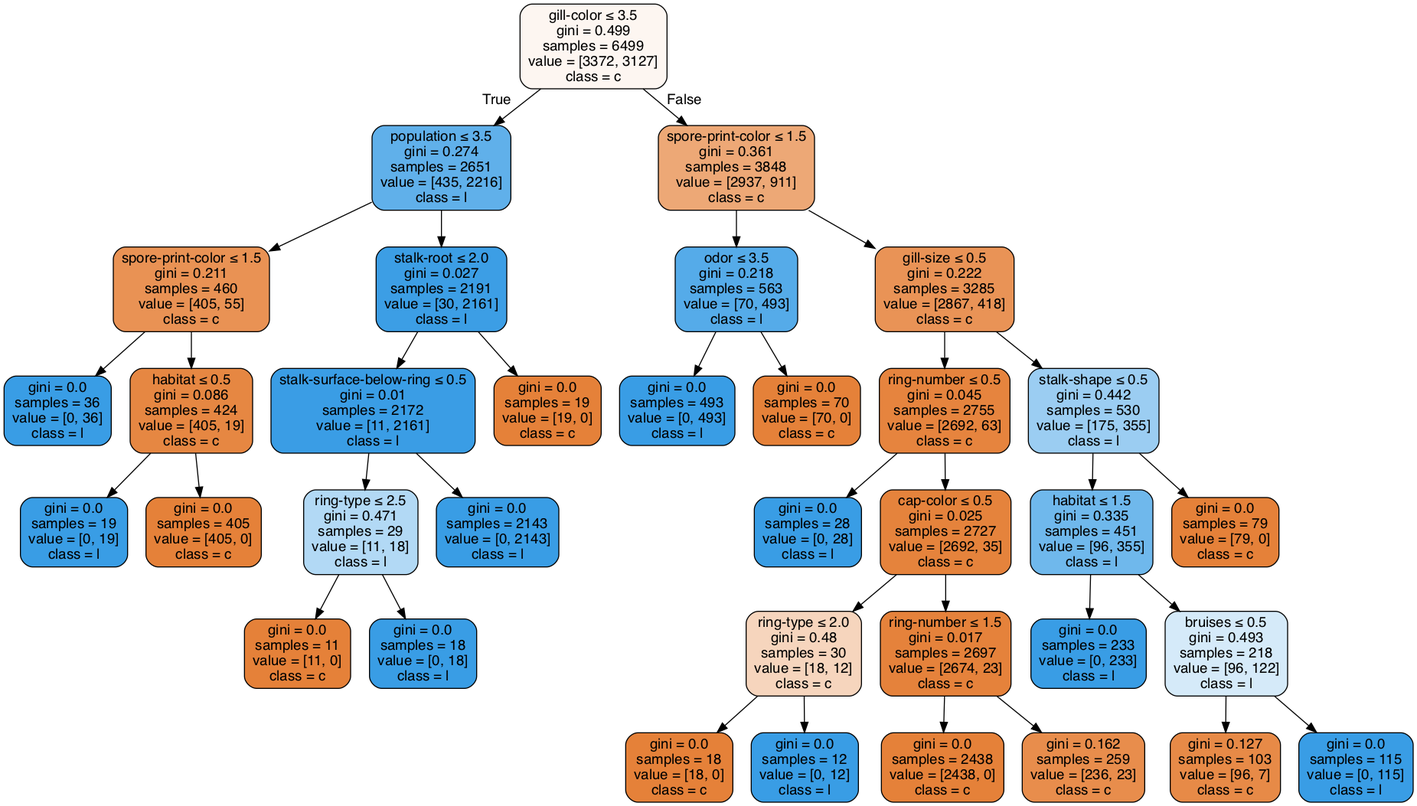
This is Lab02/clf-max-depth-6.gv.png from anhle199/Intro2AI-HCMUS, a Graphviz export, as it was before one commit. Its source is kept beside it as Lab02/clf-max-depth-6.gv.
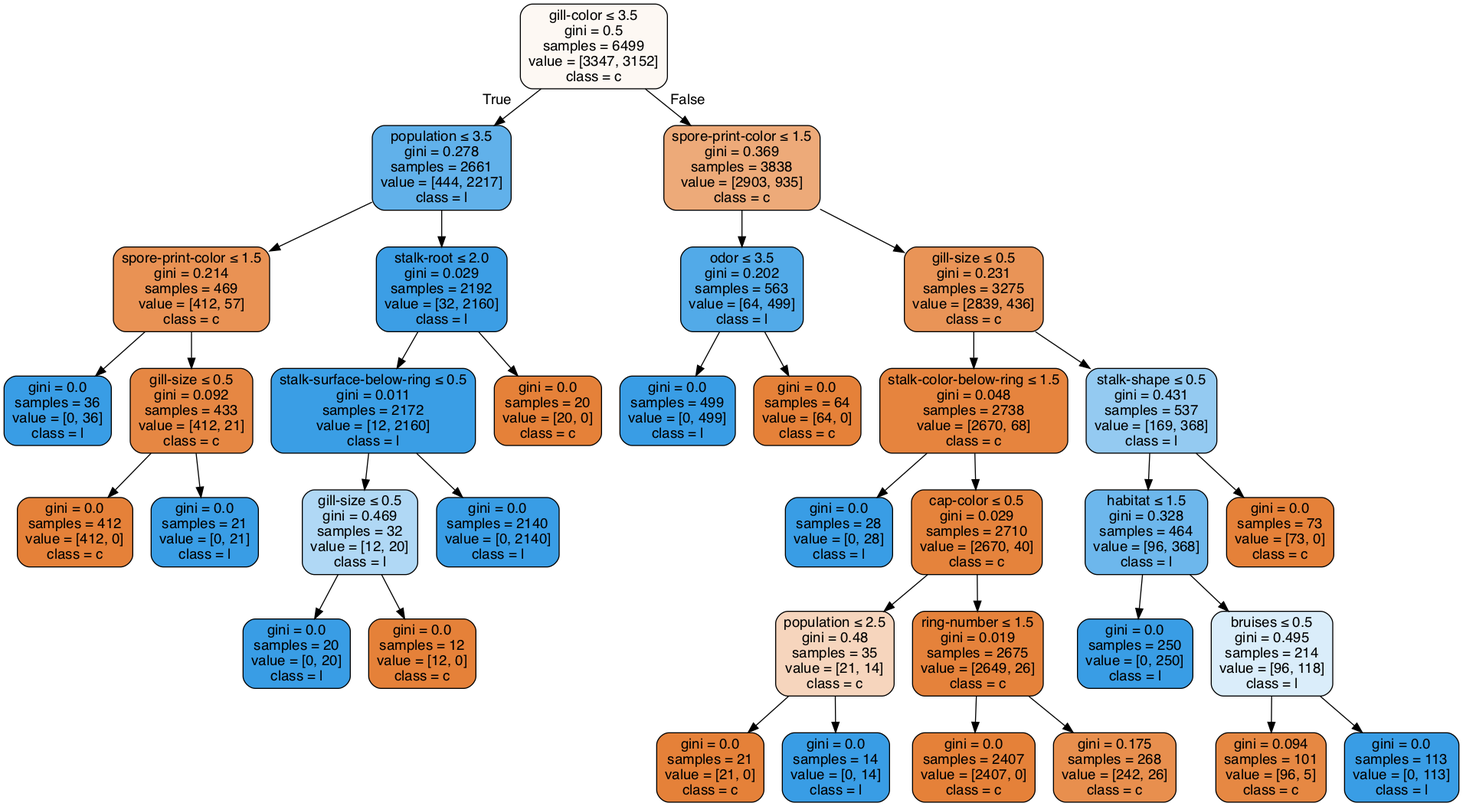
After the commit.

What changed in the source:
```diff
@@ -1,73 +1,73 @@
 digraph Tree {
 node [shape=box, style="filled, rounded", color="black", fontname=helvetica] ;
 edge [fontname=helvetica] ;
-0 [label=<gill-color &le; 3.5<br/>gini = 0.499<br/>samples = 6499<br/>value = [3372, 3127]<br/>class = c>, fillcolor="#fdf6f1"] ;
-1 [label=<population &le; 3.5<br/>gini = 0.274<br/>samples = 2651<br/>value = [435, 2216]<br/>class = l>, fillcolor="#60b0ea"] ;
+0 [label=<gill-color &le; 3.5<br/>gini = 0.5<br/>samples = 6499<br/>value = [3347, 3152]<br/>class = c>, fillcolor="#fdf8f3"] ;
+1 [label=<population &le; 3.5<br/>gini = 0.278<br/>samples = 2661<br/>value = [444, 2217]<br/>class = l>, fillcolor="#61b1ea"] ;
 0 -> 1 [labeldistance=2.5, labelangle=45, headlabel="True"] ;
-2 [label=<spore-print-color &le; 1.5<br/>gini = 0.211<br/>samples = 460<br/>value = [405, 55]<br/>class = c>, fillcolor="#e99254"] ;
+2 [label=<spore-print-color &le; 1.5<br/>gini = 0.214<br/>samples = 469<br/>value = [412, 57]<br/>class = c>, fillcolor="#e99254"] ;
 1 -> 2 ;
 3 [label=<gini = 0.0<br/>samples = 36<br/>value = [0, 36]<br/>class = l>, fillcolor="#399de5"] ;
 2 -> 3 ;
-4 [label=<habitat &le; 0.5<br/>gini = 0.086<br/>samples = 424<br/>value = [405, 19]<br/>class = c>, fillcolor="#e68742"] ;
+4 [label=<gill-size &le; 0.5<br/>gini = 0.092<br/>samples = 433<br/>value = [412, 21]<br/>class = c>, fillcolor="#e68743"] ;
 2 -> 4 ;
-5 [label=<gini = 0.0<br/>samples = 19<br/>value = [0, 19]<br/>class = l>, fillcolor="#399de5"] ;
+5 [label=<gini = 0.0<br/>samples = 412<br/>value = [412, 0]<br/>class = c>, fillcolor="#e58139"] ;
 4 -> 5 ;
-6 [label=<gini = 0.0<br/>samples = 405<br/>value = [405, 0]<br/>class = c>, fillcolor="#e58139"] ;
+6 [label=<gini = 0.0<br/>samples = 21<br/>value = [0, 21]<br/>class = l>, fillcolor="#399de5"] ;
 4 -> 6 ;
-7 [label=<stalk-root &le; 2.0<br/>gini = 0.027<br/>samples = 2191<br/>value = [30, 2161]<br/>class = l>, fillcolor="#3c9ee5"] ;
+7 [label=<stalk-root &le; 2.0<br/>gini = 0.029<br/>samples = 2192<br/>value = [32, 2160]<br/>class = l>, fillcolor="#3c9ee5"] ;
 1 -> 7 ;
-8 [label=<stalk-surface-below-ring &le; 0.5<br/>gini = 0.01<br/>samples = 2172<br/>value = [11, 2161]<br/>class = l>, fillcolor="#3a9de5"] ;
+8 [label=<stalk-surface-below-ring &le; 0.5<br/>gini = 0.011<br/>samples = 2172<br/>value = [12, 2160]<br/>class = l>, fillcolor="#3a9ee5"] ;
 7 -> 8 ;
-9 [label=<ring-type &le; 2.5<br/>gini = 0.471<br/>samples = 29<br/>value = [11, 18]<br/>class = l>, fillcolor="#b2d9f5"] ;
+9 [label=<gill-size &le; 0.5<br/>gini = 0.469<br/>samples = 32<br/>value = [12, 20]<br/>class = l>, fillcolor="#b0d8f5"] ;
 8 -> 9 ;
-10 [label=<gini = 0.0<br/>samples = 11<br/>value = [11, 0]<br/>class = c>, fillcolor="#e58139"] ;
+10 [label=<gini = 0.0<br/>samples = 20<br/>value = [0, 20]<br/>class = l>, fillcolor="#399de5"] ;
 9 -> 10 ;
-11 [label=<gini = 0.0<br/>samples = 18<br/>value = [0, 18]<br/>class = l>, fillcolor="#399de5"] ;
+11 [label=<gini = 0.0<br/>samples = 12<br/>value = [12, 0]<br/>class = c>, fillcolor="#e58139"] ;
 9 -> 11 ;
-12 [label=<gini = 0.0<br/>samples = 2143<br/>value = [0, 2143]<br/>class = l>, fillcolor="#399de5"] ;
+12 [label=<gini = 0.0<br/>samples = 2140<br/>value = [0, 2140]<br/>class = l>, fillcolor="#399de5"] ;
 8 -> 12 ;
-13 [label=<gini = 0.0<br/>samples = 19<br/>value = [19, 0]<br/>class = c>, fillcolor="#e58139"] ;
+13 [label=<gini = 0.0<br/>samples = 20<br/>value = [20, 0]<br/>class = c>, fillcolor="#e58139"] ;
 7 -> 13 ;
-14 [label=<spore-print-color &le; 1.5<br/>gini = 0.361<br/>samples = 3848<br/>value = [2937, 911]<br/>class = c>, fillcolor="#eda876"] ;
+14 [label=<spore-print-color &le; 1.5<br/>gini = 0.369<br/>samples = 3838<br/>value = [2903, 935]<br/>class = c>, fillcolor="#edaa79"] ;
 0 -> 14 [labeldistance=2.5, labelangle=-45, headlabel="False"] ;
-15 [label=<odor &le; 3.5<br/>gini = 0.218<br/>samples = 563<br/>value = [70, 493]<br/>class = l>, fillcolor="#55abe9"] ;
+15 [label=<odor &le; 3.5<br/>gini = 0.202<br/>samples = 563<br/>value = [64, 499]<br/>class = l>, fillcolor="#52aae8"] ;
 14 -> 15 ;
-16 [label=<gini = 0.0<br/>samples = 493<br/>value = [0, 493]<br/>class = l>, fillcolor="#399de5"] ;
+16 [label=<gini = 0.0<br/>samples = 499<br/>value = [0, 499]<br/>class = l>, fillcolor="#399de5"] ;
 15 -> 16 ;
-17 [label=<gini = 0.0<br/>samples = 70<br/>value = [70, 0]<br/>class = c>, fillcolor="#e58139"] ;
+17 [label=<gini = 0.0<br/>samples = 64<br/>value = [64, 0]<br/>class = c>, fillcolor="#e58139"] ;
 15 -> 17 ;
-18 [label=<gill-size &le; 0.5<br/>gini = 0.222<br/>samples = 3285<br/>value = [2867, 418]<br/>class = c>, fillcolor="#e99356"] ;
+18 [label=<gill-size &le; 0.5<br/>gini = 0.231<br/>samples = 3275<br/>value = [2839, 436]<br/>class = c>, fillcolor="#e99457"] ;
 14 -> 18 ;
-19 [label=<ring-number &le; 0.5<br/>gini = 0.045<br/>samples = 2755<br/>value = [2692, 63]<br/>class = c>, fillcolor="#e6843e"] ;
+19 [label=<stalk-color-below-ring &le; 1.5<br/>gini = 0.048<br/>samples = 2738<br/>value = [2670, 68]<br/>class = c>, fillcolor="#e6843e"] ;
 18 -> 19 ;
 20 [label=<gini = 0.0<br/>samples = 28<br/>value = [0, 28]<br/>class = l>, fillcolor="#399de5"] ;
 19 -> 20 ;
-21 [label=<cap-color &le; 0.5<br/>gini = 0.025<br/>samples = 2727<br/>value = [2692, 35]<br/>class = c>, fillcolor="#e5833c"] ;
+21 [label=<cap-color &le; 0.5<br/>gini = 0.029<br/>samples = 2710<br/>value = [2670, 40]<br/>class = c>, fillcolor="#e5833c"] ;
 19 -> 21 ;
-22 [label=<ring-type &le; 2.0<br/>gini = 0.48<br/>samples = 30<br/>value = [18, 12]<br/>class = c>, fillcolor="#f6d5bd"] ;
+22 [label=<population &le; 2.5<br/>gini = 0.48<br/>samples = 35<br/>value = [21, 14]<br/>class = c>, fillcolor="#f6d5bd"] ;
 21 -> 22 ;
-23 [label=<gini = 0.0<br/>samples = 18<br/>value = [18, 0]<br/>class = c>, fillcolor="#e58139"] ;
+23 [label=<gini = 0.0<br/>samples = 21<br/>value = [21, 0]<br/>class = c>, fillcolor="#e58139"] ;
 22 -> 23 ;
-24 [label=<gini = 0.0<br/>samples = 12<br/>value = [0, 12]<br/>class = l>, fillcolor="#399de5"] ;
+24 [label=<gini = 0.0<br/>samples = 14<br/>value = [0, 14]<br/>class = l>, fillcolor="#399de5"] ;
 22 -> 24 ;
-25 [label=<ring-number &le; 1.5<br/>gini = 0.017<br/>samples = 2697<br/>value = [2674, 23]<br/>class = c>, fillcolor="#e5823b"] ;
+25 [label=<ring-number &le; 1.5<br/>gini = 0.019<br/>samples = 2675<br/>value = [2649, 26]<br/>class = c>, fillcolor="#e5823b"] ;
 21 -> 25 ;
-26 [label=<gini = 0.0<br/>samples = 2438<br/>value = [2438, 0]<br/>class = c>, fillcolor="#e58139"] ;
+26 [label=<gini = 0.0<br/>samples = 2407<br/>value = [2407, 0]<br/>class = c>, fillcolor="#e58139"] ;
 25 -> 26 ;
-27 [label=<gini = 0.162<br/>samples = 259<br/>value = [236, 23]<br/>class = c>, fillcolor="#e88d4c"] ;
+27 [label=<gini = 0.175<br/>samples = 268<br/>value = [242, 26]<br/>class = c>, fillcolor="#e88f4e"] ;
 25 -> 27 ;
-28 [label=<stalk-shape &le; 0.5<br/>gini = 0.442<br/>samples = 530<br/>value = [175, 355]<br/>class = l>, fillcolor="#9bcdf2"] ;
+28 [label=<stalk-shape &le; 0.5<br/>gini = 0.431<br/>samples = 537<br/>value = [169, 368]<br/>class = l>, fillcolor="#94caf1"] ;
 18 -> 28 ;
-29 [label=<habitat &le; 1.5<br/>gini = 0.335<br/>samples = 451<br/>value = [96, 355]<br/>class = l>, fillcolor="#6fb8ec"] ;
+29 [label=<habitat &le; 1.5<br/>gini = 0.328<br/>samples = 464<br/>value = [96, 368]<br/>class = l>, fillcolor="#6db7ec"] ;
 28 -> 29 ;
-30 [label=<gini = 0.0<br/>samples = 233<br/>value = [0, 233]<br/>class = l>, fillcolor="#399de5"] ;
+30 [label=<gini = 0.0<br/>samples = 250<br/>value = [0, 250]<br/>class = l>, fillcolor="#399de5"] ;
 29 -> 30 ;
-31 [label=<bruises &le; 0.5<br/>gini = 0.493<br/>samples = 218<br/>value = [96, 122]<br/>class = l>, fillcolor="#d5eaf9"] ;
+31 [label=<bruises &le; 0.5<br/>gini = 0.495<br/>samples = 214<br/>value = [96, 118]<br/>class = l>, fillcolor="#daedfa"] ;
 29 -> 31 ;
-32 [label=<gini = 0.127<br/>samples = 103<br/>value = [96, 7]<br/>class = c>, fillcolor="#e78a47"] ;
+32 [label=<gini = 0.094<br/>samples = 101<br/>value = [96, 5]<br/>class = c>, fillcolor="#e68843"] ;
 31 -> 32 ;
-33 [label=<gini = 0.0<br/>samples = 115<br/>value = [0, 115]<br/>class = l>, fillcolor="#399de5"] ;
+33 [label=<gini = 0.0<br/>samples = 113<br/>value = [0, 113]<br/>class = l>, fillcolor="#399de5"] ;
 31 -> 33 ;
-34 [label=<gini = 0.0<br/>samples = 79<br/>value = [79, 0]<br/>class = c>, fillcolor="#e58139"] ;
+34 [label=<gini = 0.0<br/>samples = 73<br/>value = [73, 0]<br/>class = c>, fillcolor="#e58139"] ;
 28 -> 34 ;
 }
```
